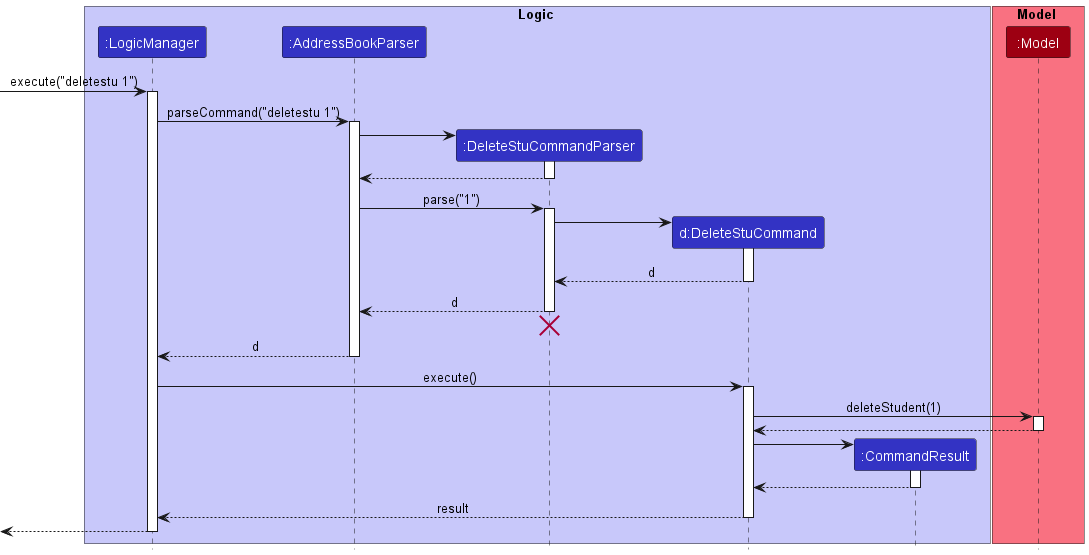
Before: docs/images/DeleteStuSequenceDiagram.png, a diagram exported from PlantUML (nus-cs2103-AY2223S1/tp). Source of this version:
```plantuml
@startuml
!include style.puml

box Logic LOGIC_COLOR_T1
participant ":LogicManager" as LogicManager LOGIC_COLOR
participant ":AddressBookParser" as AddressBookParser LOGIC_COLOR
participant ":DeleteStuCommandParser" as DeleteCommandParser LOGIC_COLOR
participant "d:DeleteStuCommand" as DeleteCommand LOGIC_COLOR
participant ":CommandResult" as CommandResult LOGIC_COLOR
end box

box Model MODEL_COLOR_T1
participant ":Model" as Model MODEL_COLOR
end box

[-> LogicManager : execute("deletestu 1")
activate LogicManager

LogicManager -> AddressBookParser : parseCommand("deletestu 1")
activate AddressBookParser

create DeleteCommandParser
AddressBookParser -> DeleteCommandParser
activate DeleteCommandParser

DeleteCommandParser --> AddressBookParser
deactivate DeleteCommandParser

AddressBookParser -> DeleteCommandParser : parse("1")
activate DeleteCommandParser

create DeleteCommand
DeleteCommandParser -> DeleteCommand
activate DeleteCommand

DeleteCommand --> DeleteCommandParser : d
deactivate DeleteCommand

DeleteCommandParser --> AddressBookParser : d
deactivate DeleteCommandParser
DeleteCommandParser -[hidden]-> AddressBookParser
destroy DeleteCommandParser

AddressBookParser --> LogicManager : d
deactivate AddressBookParser

LogicManager -> DeleteCommand : execute()
activate DeleteCommand

DeleteCommand -> Model : deleteStudent(1)
activate Model

Model --> DeleteCommand
deactivate Model

create CommandResult
DeleteCommand -> CommandResult
activate CommandResult

CommandResult --> DeleteCommand
deactivate CommandResult

DeleteCommand --> LogicManager : result
deactivate DeleteCommand

[<--LogicManager
deactivate LogicManager
@enduml
```
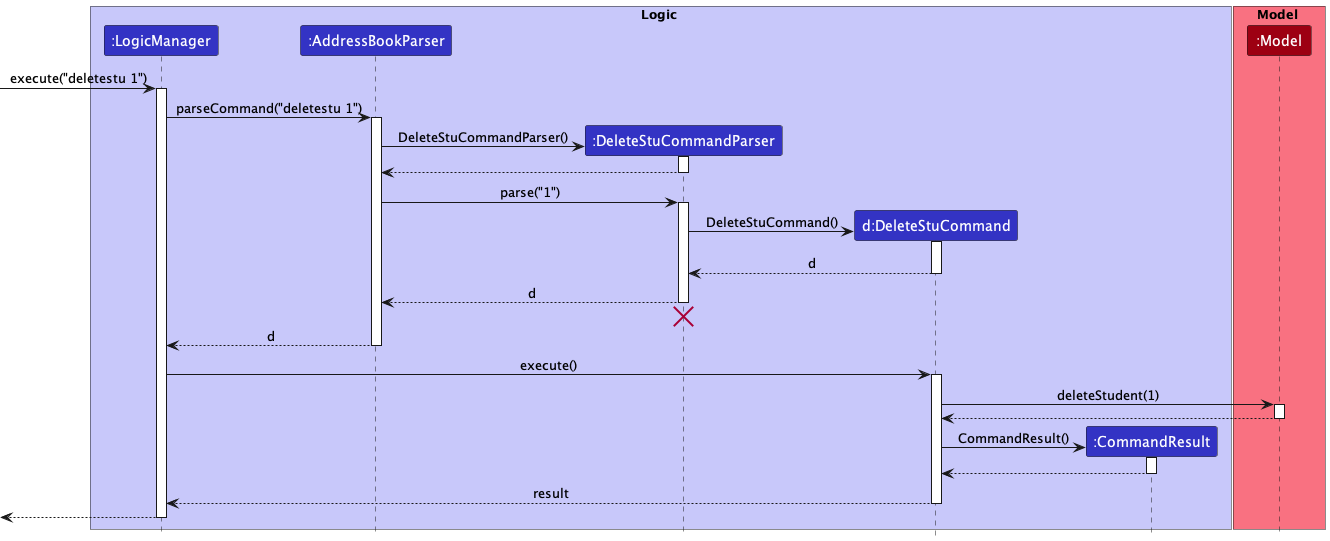
Later version of the same file.

Change to the diagram source:
```diff
@@ -20,7 +20,7 @@
 activate AddressBookParser
 
 create DeleteCommandParser
-AddressBookParser -> DeleteCommandParser
+AddressBookParser -> DeleteCommandParser : DeleteStuCommandParser()
 activate DeleteCommandParser
 
 DeleteCommandParser --> AddressBookParser
@@ -30,7 +30,7 @@
 activate DeleteCommandParser
 
 create DeleteCommand
-DeleteCommandParser -> DeleteCommand
+DeleteCommandParser -> DeleteCommand : DeleteStuCommand()
 activate DeleteCommand
 
 DeleteCommand --> DeleteCommandParser : d
@@ -54,7 +54,7 @@
 deactivate Model
 
 create CommandResult
-DeleteCommand -> CommandResult
+DeleteCommand -> CommandResult : CommandResult()
 activate CommandResult
 
 CommandResult --> DeleteCommand
```
